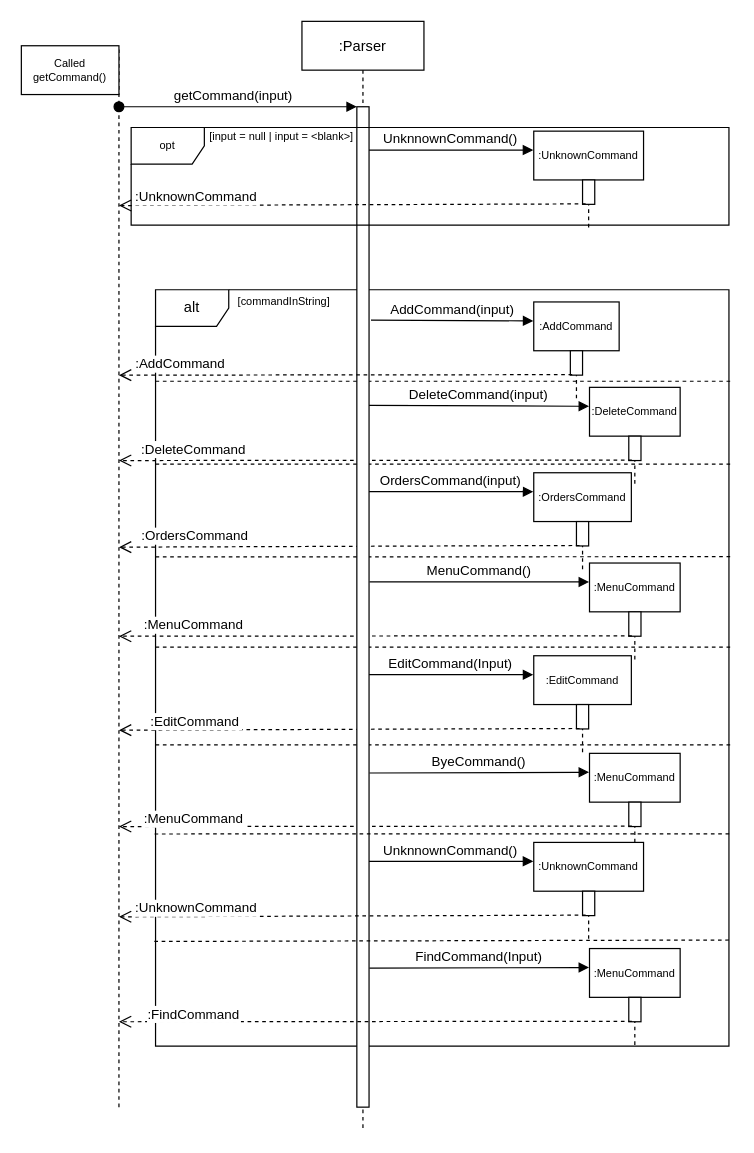
Earlier version of the draw.io diagram UMLdiagrams/ParserDiagrams/Parser Sequence Diag.drawio (thaddyyz/tp). Source tidied: cells renumbered, new cells numbered last; positions are measured from the earlier drawing's top-left corner, leaving out a move shared by most shapes. Both pictures are drawn from the tidied source at 122%, with x=0, y=0 at pixel (21, 21).
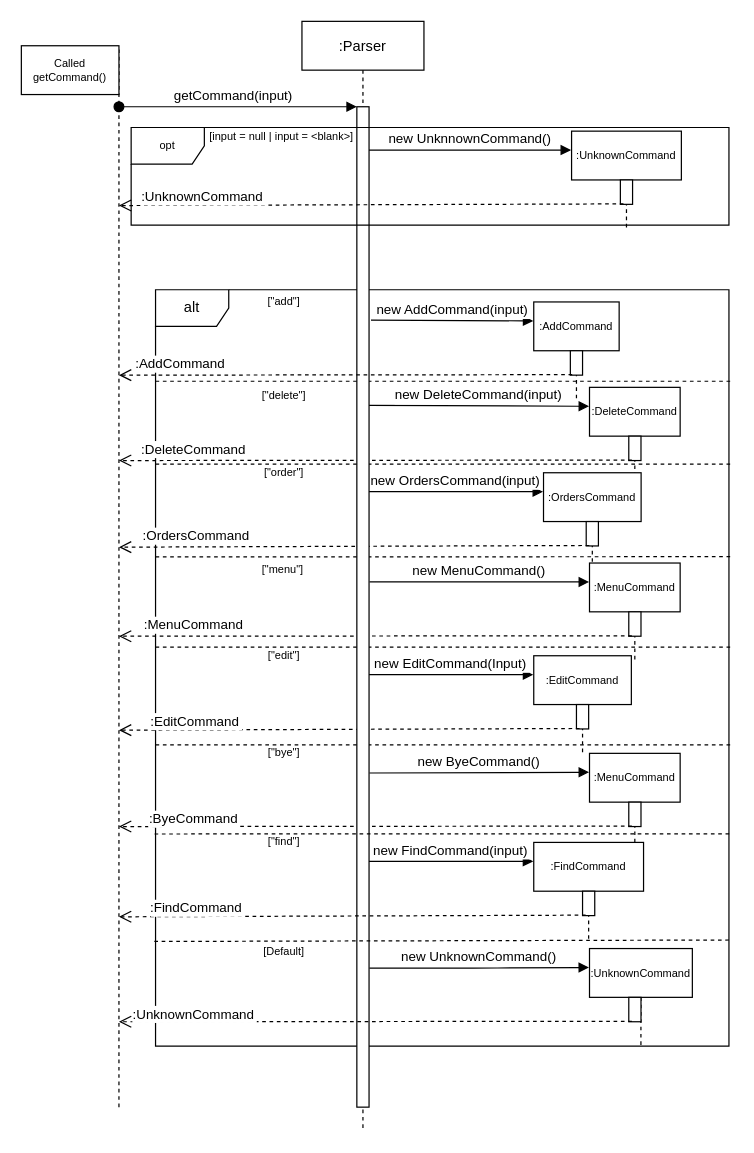
The same page after the edit.

Commit message (it also covers changes not shown here):
Edit Parser Diagram.

The change refers to these unchanged cells:
```xml
<mxCell id="3" value=":AddCommand" style="shape=umlLifeline;perimeter=lifelinePerimeter;rounded=0;shadow=0;strokeWidth=1;fontSize=9;" parent="1" vertex="1">
  <mxGeometry x="420" y="230" width="70" height="80" as="geometry" />
</mxCell>
<mxCell id="8" value=":DeleteCommand" style="shape=umlLifeline;perimeter=lifelinePerimeter;rounded=0;shadow=0;strokeWidth=1;fontSize=9;" parent="1" vertex="1">
  <mxGeometry x="465.7" y="300" width="74.3" height="80" as="geometry" />
</mxCell>
<mxCell id="16" value=":MenuCommand" style="shape=umlLifeline;perimeter=lifelinePerimeter;rounded=0;shadow=0;strokeWidth=1;fontSize=9;" parent="1" vertex="1">
  <mxGeometry x="465.7" y="444" width="74.3" height="80" as="geometry" />
</mxCell>
<mxCell id="20" value=":EditCommand" style="shape=umlLifeline;perimeter=lifelinePerimeter;rounded=0;shadow=0;strokeWidth=1;fontSize=9;" parent="1" vertex="1">
  <mxGeometry x="420" y="520" width="80" height="80" as="geometry" />
</mxCell>
<mxCell id="24" value=":MenuCommand" style="shape=umlLifeline;perimeter=lifelinePerimeter;rounded=0;shadow=0;strokeWidth=1;fontSize=9;" parent="1" vertex="1">
  <mxGeometry x="465.7" y="600" width="74.3" height="80" as="geometry" />
</mxCell>
<mxCell id="25" style="points=[];perimeter=orthogonalPerimeter;rounded=0;shadow=0;strokeWidth=1;" parent="24" vertex="1">
  <mxGeometry x="32.2" y="40" width="10" height="20" as="geometry" />
</mxCell>
<mxCell id="38" style="points=[];perimeter=orthogonalPerimeter;rounded=0;shadow=0;strokeWidth=1;" parent="37" vertex="1">
  <mxGeometry x="40" y="40" width="10" height="20" as="geometry" />
</mxCell>
<mxCell id="51" style="points=[];perimeter=orthogonalPerimeter;rounded=0;shadow=0;strokeWidth=1;" parent="50" vertex="1">
  <mxGeometry x="32.2" y="40" width="10" height="20" as="geometry" />
</mxCell>
```

Change to the diagram source:
```diff
@@
-    <mxCell id="5" value="AddCommand(input)" style="verticalAlign=bottom;endArrow=block;shadow=0;strokeWidth=1;entryX=-0.005;entryY=0.194;entryDx=0;entryDy=0;entryPerimeter=0;startArrow=none;exitX=1.16;exitY=0.058;exitDx=0;exitDy=0;exitPerimeter=0;" parent="1" edge="1" target="3">
+    <mxCell id="5" value="new AddCommand(input)" style="verticalAlign=bottom;endArrow=block;shadow=0;strokeWidth=1;entryX=-0.005;entryY=0.194;entryDx=0;entryDy=0;entryPerimeter=0;startArrow=none;exitX=1.16;exitY=0.058;exitDx=0;exitDy=0;exitPerimeter=0;" parent="1" edge="1" target="3">
       <mxGeometry relative="1" as="geometry">
         <mxPoint x="286.6" y="244.9" as="sourcePoint" />
       </mxGeometry>
     </mxCell>
@@
-    <mxCell id="11" value="DeleteCommand(input)" style="verticalAlign=bottom;endArrow=block;shadow=0;strokeWidth=1;entryX=-0.005;entryY=0.194;entryDx=0;entryDy=0;entryPerimeter=0;exitX=1;exitY=0.185;exitDx=0;exitDy=0;exitPerimeter=0;" parent="1" edge="1" target="8">
+    <mxCell id="11" value="new DeleteCommand(input)" style="verticalAlign=bottom;endArrow=block;shadow=0;strokeWidth=1;entryX=-0.005;entryY=0.194;entryDx=0;entryDy=0;entryPerimeter=0;exitX=1;exitY=0.185;exitDx=0;exitDy=0;exitPerimeter=0;" parent="1" edge="1" target="8">
       <mxGeometry relative="1" as="geometry">
         <mxPoint x="285" y="314.8" as="sourcePoint" />
       </mxGeometry>
     </mxCell>
     <mxCell id="12" value=":OrdersCommand" style="shape=umlLifeline;perimeter=lifelinePerimeter;rounded=0;shadow=0;strokeWidth=1;fontSize=9;" parent="1" vertex="1">
-      <mxGeometry x="420" y="370" width="80" height="80" as="geometry" />
+      <mxGeometry x="428" y="370" width="80" height="80" as="geometry" />
     </mxCell>
@@
-    <mxCell id="15" value="OrdersCommand(input)" style="verticalAlign=bottom;endArrow=block;shadow=0;strokeWidth=1;entryX=-0.005;entryY=0.194;entryDx=0;entryDy=0;entryPerimeter=0;" parent="1" edge="1" target="12">
+    <mxCell id="15" value="new OrdersCommand(input)" style="verticalAlign=bottom;endArrow=block;shadow=0;strokeWidth=1;entryX=-0.005;entryY=0.194;entryDx=0;entryDy=0;entryPerimeter=0;" parent="1" edge="1" target="12">
       <mxGeometry relative="1" as="geometry">
         <mxPoint x="285" y="385.5" as="sourcePoint" />
       </mxGeometry>
     </mxCell>
@@
-    <mxCell id="19" value="MenuCommand()" style="verticalAlign=bottom;endArrow=block;shadow=0;strokeWidth=1;entryX=-0.005;entryY=0.194;entryDx=0;entryDy=0;entryPerimeter=0;exitX=1.04;exitY=0.539;exitDx=0;exitDy=0;exitPerimeter=0;" parent="1" edge="1" target="16">
+    <mxCell id="19" value="new MenuCommand()" style="verticalAlign=bottom;endArrow=block;shadow=0;strokeWidth=1;entryX=-0.005;entryY=0.194;entryDx=0;entryDy=0;entryPerimeter=0;exitX=1.04;exitY=0.539;exitDx=0;exitDy=0;exitPerimeter=0;" parent="1" edge="1" target="16">
       <mxGeometry relative="1" as="geometry">
         <mxPoint x="285.4" y="459.5" as="sourcePoint" />
       </mxGeometry>
     </mxCell>
@@
-    <mxCell id="23" value="EditCommand(Input)" style="verticalAlign=bottom;endArrow=block;shadow=0;strokeWidth=1;entryX=-0.005;entryY=0.194;entryDx=0;entryDy=0;entryPerimeter=0;" parent="1" edge="1" target="20">
+    <mxCell id="23" value="new EditCommand(Input)" style="verticalAlign=bottom;endArrow=block;shadow=0;strokeWidth=1;entryX=-0.005;entryY=0.194;entryDx=0;entryDy=0;entryPerimeter=0;" parent="1" edge="1" target="20">
       <mxGeometry relative="1" as="geometry">
         <mxPoint x="285" y="535.5" as="sourcePoint" />
       </mxGeometry>
     </mxCell>
@@
-    <mxCell id="26" value=":MenuCommand" style="verticalAlign=bottom;endArrow=open;dashed=1;endSize=8;shadow=0;strokeWidth=1;exitX=0.252;exitY=0.981;exitDx=0;exitDy=0;exitPerimeter=0;" parent="1" edge="1" source="25">
+    <mxCell id="26" value=":ByeCommand" style="verticalAlign=bottom;endArrow=open;dashed=1;endSize=8;shadow=0;strokeWidth=1;exitX=0.252;exitY=0.981;exitDx=0;exitDy=0;exitPerimeter=0;" parent="1" edge="1" source="25">
       <mxGeometry x="0.71" y="3" relative="1" as="geometry">
         <mxPoint x="80" y="660" as="targetPoint" />
       </mxGeometry>
     </mxCell>
-    <mxCell id="27" value="ByeCommand()" style="verticalAlign=bottom;endArrow=block;shadow=0;strokeWidth=1;entryX=-0.005;entryY=0.194;entryDx=0;entryDy=0;entryPerimeter=0;exitX=1.033;exitY=0.733;exitDx=0;exitDy=0;exitPerimeter=0;" parent="1" edge="1" target="24">
+    <mxCell id="27" value="new ByeCommand()" style="verticalAlign=bottom;endArrow=block;shadow=0;strokeWidth=1;entryX=-0.005;entryY=0.194;entryDx=0;entryDy=0;entryPerimeter=0;exitX=1.033;exitY=0.733;exitDx=0;exitDy=0;exitPerimeter=0;" parent="1" edge="1" target="24">
       <mxGeometry relative="1" as="geometry">
         <mxPoint x="285.3" y="616.1" as="sourcePoint" />
       </mxGeometry>
     </mxCell>
@@
-    <mxCell id="37" value=":UnknownCommand" style="shape=umlLifeline;perimeter=lifelinePerimeter;rounded=0;shadow=0;strokeWidth=1;fontSize=9;" parent="1" vertex="1">
+    <mxCell id="37" value=":FindCommand" style="shape=umlLifeline;perimeter=lifelinePerimeter;rounded=0;shadow=0;strokeWidth=1;fontSize=9;" parent="1" vertex="1">
       <mxGeometry x="420" y="673" width="90" height="80" as="geometry" />
     </mxCell>
@@
-    <mxCell id="39" value=":UnknownCommand" style="verticalAlign=bottom;endArrow=open;dashed=1;endSize=8;shadow=0;strokeWidth=1;exitX=0.252;exitY=0.981;exitDx=0;exitDy=0;exitPerimeter=0;" parent="1" edge="1" source="38">
+    <mxCell id="39" value=":FindCommand" style="verticalAlign=bottom;endArrow=open;dashed=1;endSize=8;shadow=0;strokeWidth=1;exitX=0.252;exitY=0.981;exitDx=0;exitDy=0;exitPerimeter=0;" parent="1" edge="1" source="38">
       <mxGeometry x="0.67" y="2" relative="1" as="geometry">
         <mxPoint x="80" y="734" as="targetPoint" />
       </mxGeometry>
     </mxCell>
-    <mxCell id="40" value="UnknnownCommand()" style="verticalAlign=bottom;endArrow=block;shadow=0;strokeWidth=1;entryX=-0.005;entryY=0.194;entryDx=0;entryDy=0;entryPerimeter=0;" parent="1" edge="1" target="37">
+    <mxCell id="40" value="new FindCommand(input)" style="verticalAlign=bottom;endArrow=block;shadow=0;strokeWidth=1;entryX=-0.005;entryY=0.194;entryDx=0;entryDy=0;entryPerimeter=0;" parent="1" edge="1" target="37">
       <mxGeometry relative="1" as="geometry">
         <mxPoint x="285" y="688.5" as="sourcePoint" />
       </mxGeometry>
     </mxCell>
-    <mxCell id="41" value="[commandInString]" style="text;html=1;align=center;verticalAlign=middle;strokeColor=none;fillColor=none;fontSize=9;" parent="1" vertex="1">
-      <mxGeometry x="170" y="220" width="90" height="20" as="geometry" />
+    <mxCell id="41" value="[&quot;add&quot;]" style="text;html=1;align=center;verticalAlign=middle;strokeColor=none;fillColor=none;fontSize=9;" parent="1" vertex="1">
+      <mxGeometry x="195" y="220" width="40" height="20" as="geometry" />
     </mxCell>
@@
     <mxCell id="44" value=":UnknownCommand" style="shape=umlLifeline;perimeter=lifelinePerimeter;rounded=0;shadow=0;strokeWidth=1;fontSize=9;" parent="1" vertex="1">
-      <mxGeometry x="420" y="90" width="90" height="80" as="geometry" />
+      <mxGeometry x="451" y="90" width="90" height="80" as="geometry" />
     </mxCell>
@@
-    <mxCell id="47" value="UnknnownCommand()" style="verticalAlign=bottom;endArrow=block;shadow=0;strokeWidth=1;entryX=-0.005;entryY=0.194;entryDx=0;entryDy=0;entryPerimeter=0;" parent="1" edge="1" target="44">
+    <mxCell id="47" value="new UnknnownCommand()" style="verticalAlign=bottom;endArrow=block;shadow=0;strokeWidth=1;entryX=-0.005;entryY=0.194;entryDx=0;entryDy=0;entryPerimeter=0;" parent="1" edge="1" target="44">
       <mxGeometry relative="1" as="geometry">
         <mxPoint x="285" y="105.5" as="sourcePoint" />
       </mxGeometry>
     </mxCell>
@@
-    <mxCell id="50" value=":MenuCommand" style="shape=umlLifeline;perimeter=lifelinePerimeter;rounded=0;shadow=0;strokeWidth=1;fontSize=9;" parent="1" vertex="1">
-      <mxGeometry x="465.7" y="760" width="74.3" height="80" as="geometry" />
+    <mxCell id="50" value=":UnknownCommand" style="shape=umlLifeline;perimeter=lifelinePerimeter;rounded=0;shadow=0;strokeWidth=1;fontSize=9;" parent="1" vertex="1">
+      <mxGeometry x="465.7" y="760" width="84.3" height="80" as="geometry" />
     </mxCell>
@@
-    <mxCell id="52" value=":FindCommand" style="verticalAlign=bottom;endArrow=open;dashed=1;endSize=8;shadow=0;strokeWidth=1;exitX=0.252;exitY=0.981;exitDx=0;exitDy=0;exitPerimeter=0;" parent="1" edge="1" source="51">
+    <mxCell id="52" value=":UnknownCommand" style="verticalAlign=bottom;endArrow=open;dashed=1;endSize=8;shadow=0;strokeWidth=1;exitX=0.252;exitY=0.981;exitDx=0;exitDy=0;exitPerimeter=0;" parent="1" edge="1" source="51">
       <mxGeometry x="0.71" y="3" relative="1" as="geometry">
         <mxPoint x="80" y="820" as="targetPoint" />
       </mxGeometry>
     </mxCell>
-    <mxCell id="53" value="FindCommand(Input)" style="verticalAlign=bottom;endArrow=block;shadow=0;strokeWidth=1;entryX=-0.005;entryY=0.194;entryDx=0;entryDy=0;entryPerimeter=0;exitX=1.033;exitY=0.733;exitDx=0;exitDy=0;exitPerimeter=0;" parent="1" edge="1" target="50">
+    <mxCell id="53" value="new UnknownCommand()" style="verticalAlign=bottom;endArrow=block;shadow=0;strokeWidth=1;entryX=-0.005;entryY=0.194;entryDx=0;entryDy=0;entryPerimeter=0;exitX=1.033;exitY=0.733;exitDx=0;exitDy=0;exitPerimeter=0;" parent="1" edge="1" target="50">
       <mxGeometry relative="1" as="geometry">
         <mxPoint x="285.3" y="776.1" as="sourcePoint" />
+        <Array as="points">
+          <mxPoint x="380" y="776" />
+        </Array>
       </mxGeometry>
     </mxCell>
+    <mxCell id="54" value="[&quot;delete&quot;]" style="text;html=1;align=center;verticalAlign=middle;strokeColor=none;fillColor=none;fontSize=9;" parent="1" vertex="1">
+      <mxGeometry x="190" y="297" width="50" height="20" as="geometry" />
+    </mxCell>
+    <mxCell id="55" value="[&quot;order&quot;]" style="text;html=1;align=center;verticalAlign=middle;strokeColor=none;fillColor=none;fontSize=9;" parent="1" vertex="1">
+      <mxGeometry x="190" y="360" width="50" height="20" as="geometry" />
+    </mxCell>
+    <mxCell id="56" value="[&quot;menu&quot;]" style="text;html=1;align=center;verticalAlign=middle;strokeColor=none;fillColor=none;fontSize=9;" parent="1" vertex="1">
+      <mxGeometry x="189" y="440" width="50" height="20" as="geometry" />
+    </mxCell>
+    <mxCell id="57" value="[&quot;edit&quot;]" style="text;html=1;align=center;verticalAlign=middle;strokeColor=none;fillColor=none;fontSize=9;" parent="1" vertex="1">
+      <mxGeometry x="195" y="510" width="40" height="20" as="geometry" />
+    </mxCell>
+    <mxCell id="58" value="[&quot;bye&quot;]" style="text;html=1;align=center;verticalAlign=middle;strokeColor=none;fillColor=none;fontSize=9;" parent="1" vertex="1">
+      <mxGeometry x="195" y="590" width="40" height="20" as="geometry" />
+    </mxCell>
+    <mxCell id="59" value="[Default]" style="text;html=1;align=center;verticalAlign=middle;strokeColor=none;fillColor=none;fontSize=9;" parent="1" vertex="1">
+      <mxGeometry x="190" y="753" width="50" height="20" as="geometry" />
+    </mxCell>
+    <mxCell id="60" value="[&quot;find&quot;]" style="text;html=1;align=center;verticalAlign=middle;strokeColor=none;fillColor=none;fontSize=9;" parent="1" vertex="1">
+      <mxGeometry x="195" y="663" width="40" height="20" as="geometry" />
+    </mxCell>
```
